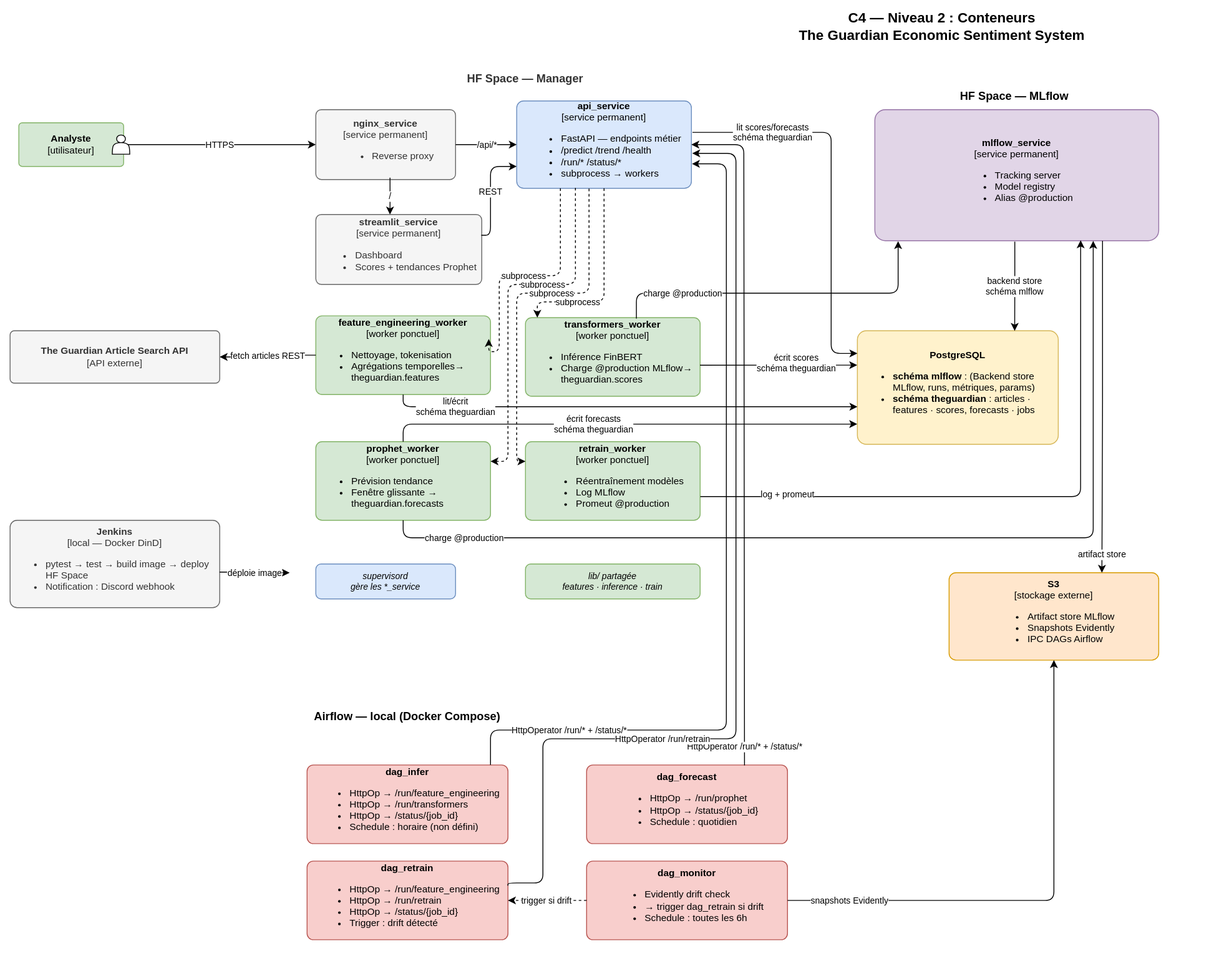
Fabthenabab/mlops-theguardian-sentiment keeps this draw.io diagram as docs/diagrams/the_guardian_c4_c2.drawio.svg. Above is the earlier version. Source tidied: cells renumbered, new cells last; positions are measured from the earlier drawing's top-left corner, leaving out a move shared by most shapes.
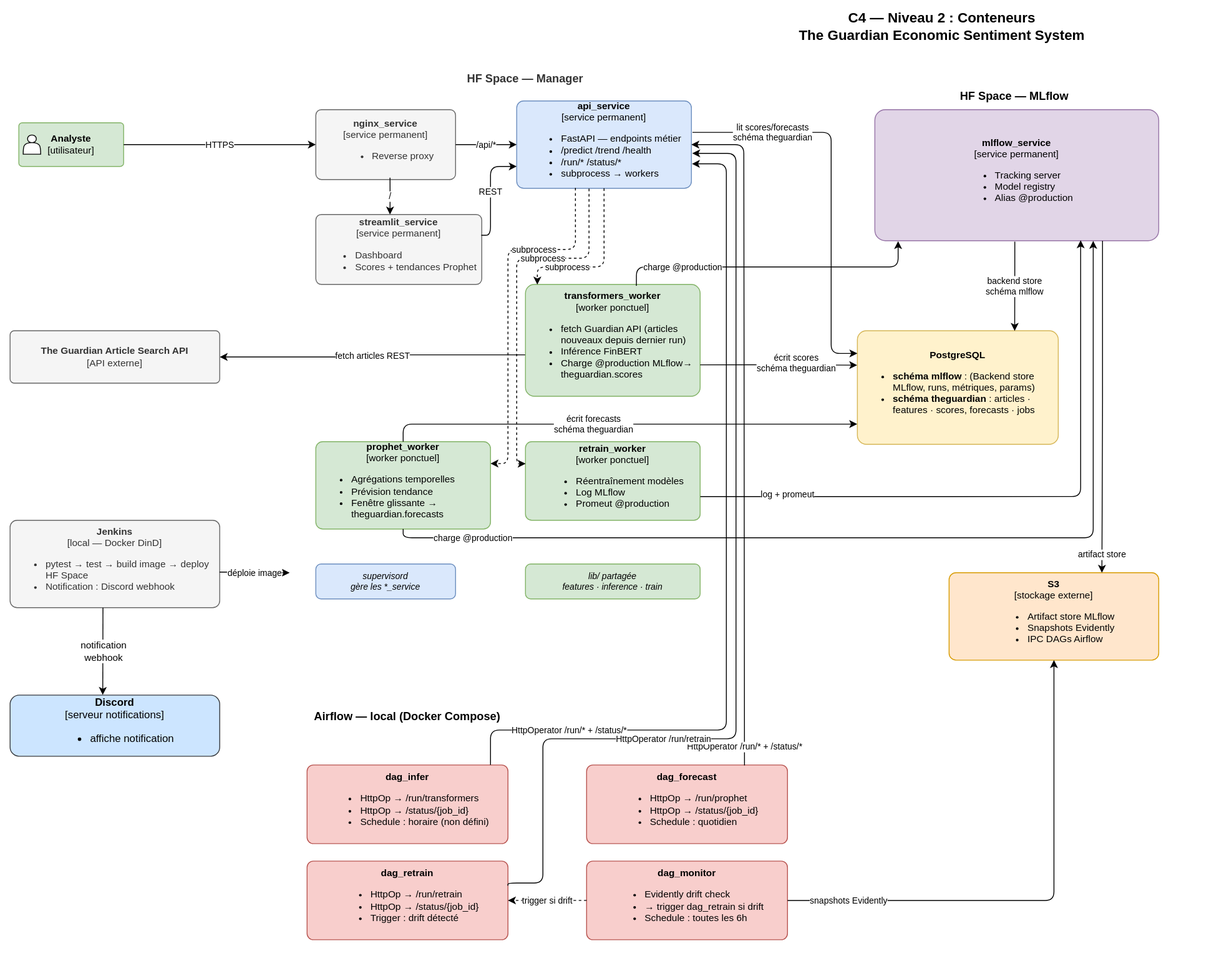
Later version of the same file.

The edit, as a diff of the source:
```diff
@@ -17,14 +17,11 @@
     <mxCell id="6" value="&lt;b&gt;streamlit_service&lt;/b&gt;&lt;br&gt;[service permanent]&lt;br&gt;&lt;div style=&quot;text-align: left;&quot;&gt;&lt;ul&gt;&lt;li&gt;&lt;span style=&quot;background-color: transparent; color: light-dark(rgb(51, 51, 51), rgb(193, 193, 193));&quot;&gt;Dashboard&lt;/span&gt;&lt;/li&gt;&lt;li&gt;&lt;span style=&quot;background-color: transparent; color: light-dark(rgb(51, 51, 51), rgb(193, 193, 193));&quot;&gt;Scores + tendances Prophet&lt;/span&gt;&lt;/li&gt;&lt;/ul&gt;&lt;/div&gt;" style="rounded=1;whiteSpace=wrap;html=1;fillColor=#f5f5f5;strokeColor=#666666;fontColor=#333333;fontSize=11;verticalAlign=middle;arcSize=8;" parent="1" vertex="1">
       <mxGeometry x="350" y="240" width="190" height="80" as="geometry" />
     </mxCell>
-    <mxCell id="7" value="&lt;b&gt;feature_engineering_worker&lt;/b&gt;&lt;br&gt;[worker ponctuel]&lt;br&gt;&lt;ul&gt;&lt;li style=&quot;text-align: left;&quot;&gt;Nettoyage, tokenisation&lt;/li&gt;&lt;li style=&quot;text-align: left;&quot;&gt;Agrégations temporelles→ theguardian.features&lt;/li&gt;&lt;/ul&gt;" style="rounded=1;whiteSpace=wrap;html=1;fillColor=#d5e8d4;strokeColor=#82b366;fontSize=11;verticalAlign=middle;arcSize=8;" parent="1" vertex="1">
-      <mxGeometry x="350" y="356" width="200" height="90" as="geometry" />
-    </mxCell>
-    <mxCell id="8" value="&lt;b&gt;transformers_worker&lt;/b&gt;&lt;br&gt;[worker ponctuel]&lt;br&gt;&lt;ul&gt;&lt;li style=&quot;text-align: left;&quot;&gt;Inférence FinBERT&lt;/li&gt;&lt;li style=&quot;text-align: left;&quot;&gt;Charge @production MLflow→ theguardian.scores&lt;/li&gt;&lt;/ul&gt;" style="rounded=1;whiteSpace=wrap;html=1;fillColor=#d5e8d4;strokeColor=#82b366;fontSize=11;verticalAlign=middle;arcSize=8;" parent="1" vertex="1">
-      <mxGeometry x="590" y="358" width="200" height="90" as="geometry" />
+    <mxCell id="8" value="&lt;b&gt;transformers_worker&lt;/b&gt;&lt;br&gt;[worker ponctuel]&lt;br&gt;&lt;ul&gt;&lt;li style=&quot;text-align: left;&quot;&gt;fetch Guardian API (articles nouveaux depuis dernier run)&lt;/li&gt;&lt;li style=&quot;text-align: left;&quot;&gt;Inférence FinBERT&lt;/li&gt;&lt;li style=&quot;text-align: left;&quot;&gt;Charge @production MLflow→ theguardian.scores&lt;/li&gt;&lt;/ul&gt;" style="rounded=1;whiteSpace=wrap;html=1;fillColor=#d5e8d4;strokeColor=#82b366;fontSize=11;verticalAlign=middle;arcSize=8;" parent="1" vertex="1">
+      <mxGeometry x="590" y="320" width="200" height="128" as="geometry" />
     </mxCell>
-    <mxCell id="9" value="&lt;b&gt;prophet_worker&lt;/b&gt;&lt;br&gt;[worker ponctuel]&lt;br&gt;&lt;div style=&quot;text-align: left;&quot;&gt;&lt;ul&gt;&lt;li&gt;&lt;span style=&quot;background-color: transparent; color: light-dark(rgb(0, 0, 0), rgb(255, 255, 255));&quot;&gt;Prévision tendance&lt;/span&gt;&lt;/li&gt;&lt;li&gt;&lt;span style=&quot;background-color: transparent; color: light-dark(rgb(0, 0, 0), rgb(255, 255, 255));&quot;&gt;Fenêtre glissante&amp;nbsp;&lt;/span&gt;→ theguardian.forecasts&lt;/li&gt;&lt;/ul&gt;&lt;/div&gt;" style="rounded=1;whiteSpace=wrap;html=1;fillColor=#d5e8d4;strokeColor=#82b366;fontSize=11;verticalAlign=middle;arcSize=8;" parent="1" vertex="1">
-      <mxGeometry x="350" y="500" width="200" height="90" as="geometry" />
+    <mxCell id="9" value="&lt;b&gt;prophet_worker&lt;/b&gt;&lt;br&gt;[worker ponctuel]&lt;br&gt;&lt;div style=&quot;text-align: left;&quot;&gt;&lt;ul&gt;&lt;li&gt;&lt;span style=&quot;background-color: transparent; color: light-dark(rgb(0, 0, 0), rgb(255, 255, 255));&quot;&gt;Agrégations temporelles&lt;/span&gt;&lt;/li&gt;&lt;li&gt;&lt;span style=&quot;background-color: transparent; color: light-dark(rgb(0, 0, 0), rgb(255, 255, 255));&quot;&gt;Prévision tendance&lt;/span&gt;&lt;/li&gt;&lt;li&gt;&lt;span style=&quot;background-color: transparent; color: light-dark(rgb(0, 0, 0), rgb(255, 255, 255));&quot;&gt;Fenêtre glissante&amp;nbsp;&lt;/span&gt;→ theguardian.forecasts&lt;/li&gt;&lt;/ul&gt;&lt;/div&gt;" style="rounded=1;whiteSpace=wrap;html=1;fillColor=#d5e8d4;strokeColor=#82b366;fontSize=11;verticalAlign=middle;arcSize=8;" parent="1" vertex="1">
+      <mxGeometry x="350" y="500" width="200" height="100" as="geometry" />
     </mxCell>
     <mxCell id="10" value="&lt;b&gt;retrain_worker&lt;/b&gt;&lt;br&gt;[worker ponctuel]&lt;br&gt;&lt;ul&gt;&lt;li style=&quot;text-align: left;&quot;&gt;Réentraînement modèles&lt;/li&gt;&lt;li style=&quot;text-align: left;&quot;&gt;Log MLflow&lt;/li&gt;&lt;li style=&quot;text-align: left;&quot;&gt;Promeut @production&lt;/li&gt;&lt;/ul&gt;" style="rounded=1;whiteSpace=wrap;html=1;fillColor=#d5e8d4;strokeColor=#82b366;fontSize=11;verticalAlign=middle;arcSize=8;" parent="1" vertex="1">
       <mxGeometry x="590" y="500" width="200" height="90" as="geometry" />
@@ -50,13 +47,13 @@
     <mxCell id="17" value="Airflow — local (Docker Compose)" style="shape=mxgraph.lean_mapping.electronic_info_flow_edge;whiteSpace=wrap;html=1;fillColor=#f8cecc;strokeColor=#b85450;fontSize=13;fontStyle=1;verticalAlign=top;dashed=1;rounded=1;arcSize=4;" parent="1" vertex="1">
       <mxGeometry x="10" y="800" width="890" height="290" as="geometry" />
     </mxCell>
-    <mxCell id="18" value="&lt;b&gt;dag_infer&lt;/b&gt;&lt;br&gt;&lt;ul&gt;&lt;li style=&quot;text-align: left;&quot;&gt;HttpOp → /run/feature_engineering&lt;/li&gt;&lt;li style=&quot;text-align: left;&quot;&gt;HttpOp → /run/transformers&lt;/li&gt;&lt;li style=&quot;text-align: left;&quot;&gt;HttpOp → /status/{job_id}&lt;/li&gt;&lt;li style=&quot;text-align: left;&quot;&gt;Schedule : horaire (non défini)&lt;/li&gt;&lt;/ul&gt;" style="rounded=1;whiteSpace=wrap;html=1;fillColor=#f8cecc;strokeColor=#b85450;fontSize=11;verticalAlign=middle;arcSize=8;" parent="1" vertex="1">
+    <mxCell id="18" value="&lt;b&gt;dag_infer&lt;/b&gt;&lt;ul&gt;&lt;li style=&quot;text-align: left;&quot;&gt;HttpOp → /run/transformers&lt;/li&gt;&lt;li style=&quot;text-align: left;&quot;&gt;HttpOp → /status/{job_id}&lt;/li&gt;&lt;li style=&quot;text-align: left;&quot;&gt;Schedule : horaire (non défini)&lt;/li&gt;&lt;/ul&gt;" style="rounded=1;whiteSpace=wrap;html=1;fillColor=#f8cecc;strokeColor=#b85450;fontSize=11;verticalAlign=middle;arcSize=8;" parent="1" vertex="1">
       <mxGeometry x="340" y="870" width="230" height="90" as="geometry" />
     </mxCell>
     <mxCell id="19" value="&lt;b&gt;dag_forecast&lt;/b&gt;&lt;ul&gt;&lt;li style=&quot;text-align: left;&quot;&gt;HttpOp → /run/prophet&lt;/li&gt;&lt;li style=&quot;text-align: left;&quot;&gt;HttpOp → /status/{job_id}&lt;/li&gt;&lt;li style=&quot;text-align: left;&quot;&gt;Schedule : quotidien&lt;/li&gt;&lt;/ul&gt;" style="rounded=1;whiteSpace=wrap;html=1;fillColor=#f8cecc;strokeColor=#b85450;fontSize=11;verticalAlign=middle;arcSize=8;" parent="1" vertex="1">
       <mxGeometry x="660" y="870" width="230" height="90" as="geometry" />
     </mxCell>
-    <mxCell id="20" value="&lt;b&gt;dag_retrain&lt;/b&gt;&lt;br&gt;&lt;div style=&quot;text-align: left;&quot;&gt;&lt;ul&gt;&lt;li&gt;&lt;span style=&quot;background-color: transparent; color: light-dark(rgb(0, 0, 0), rgb(255, 255, 255));&quot;&gt;HttpOp → /run/feature_engineering&lt;/span&gt;&lt;/li&gt;&lt;li&gt;&lt;span style=&quot;background-color: transparent; color: light-dark(rgb(0, 0, 0), rgb(255, 255, 255));&quot;&gt;HttpOp → /run/retrain&lt;/span&gt;&lt;/li&gt;&lt;li&gt;HttpOp → /status/{job_id}&lt;/li&gt;&lt;li&gt;&lt;span style=&quot;background-color: transparent; color: light-dark(rgb(0, 0, 0), rgb(255, 255, 255));&quot;&gt;Trigger : drift détecté&lt;/span&gt;&lt;/li&gt;&lt;/ul&gt;&lt;/div&gt;" style="rounded=1;whiteSpace=wrap;html=1;fillColor=#f8cecc;strokeColor=#b85450;fontSize=11;verticalAlign=middle;arcSize=8;" parent="1" vertex="1">
+    <mxCell id="20" value="&lt;b&gt;dag_retrain&lt;/b&gt;&lt;br&gt;&lt;div style=&quot;text-align: left;&quot;&gt;&lt;ul&gt;&lt;li&gt;&lt;span style=&quot;background-color: transparent; color: light-dark(rgb(0, 0, 0), rgb(255, 255, 255));&quot;&gt;HttpOp → /run/retrain&lt;/span&gt;&lt;/li&gt;&lt;li&gt;HttpOp → /status/{job_id}&lt;/li&gt;&lt;li&gt;&lt;span style=&quot;background-color: transparent; color: light-dark(rgb(0, 0, 0), rgb(255, 255, 255));&quot;&gt;Trigger : drift détecté&lt;/span&gt;&lt;/li&gt;&lt;/ul&gt;&lt;/div&gt;" style="rounded=1;whiteSpace=wrap;html=1;fillColor=#f8cecc;strokeColor=#b85450;fontSize=11;verticalAlign=middle;arcSize=8;" parent="1" vertex="1">
       <mxGeometry x="340" y="980" width="230" height="90" as="geometry" />
     </mxCell>
     <mxCell id="21" value="&lt;b&gt;dag_monitor&lt;/b&gt;&lt;br&gt;&lt;ul&gt;&lt;li style=&quot;text-align: left;&quot;&gt;Evidently drift check&lt;/li&gt;&lt;li style=&quot;text-align: left;&quot;&gt;→ trigger dag_retrain si drift&lt;/li&gt;&lt;li style=&quot;text-align: left;&quot;&gt;Schedule : toutes les 6h&lt;/li&gt;&lt;/ul&gt;" style="rounded=1;whiteSpace=wrap;html=1;fillColor=#f8cecc;strokeColor=#b85450;fontSize=11;verticalAlign=middle;arcSize=8;" parent="1" vertex="1">
@@ -80,50 +77,33 @@
     <mxCell id="27" value="/" style="edgeStyle=orthogonalEdgeStyle;html=1;fontSize=10;exitX=0.531;exitY=0.974;exitDx=0;exitDy=0;exitPerimeter=0;entryX=0.447;entryY=0;entryDx=0;entryDy=0;entryPerimeter=0;" parent="1" edge="1" source="4" target="6">
       <mxGeometry relative="1" as="geometry" />
     </mxCell>
-    <mxCell id="28" value="subprocess" style="edgeStyle=orthogonalEdgeStyle;html=1;fontSize=10;dashed=1;exitX=0.25;exitY=1;exitDx=0;exitDy=0;entryX=0.99;entryY=0.294;entryDx=0;entryDy=0;entryPerimeter=0;" parent="1" edge="1" source="5" target="7">
-      <mxGeometry relative="1" as="geometry">
-        <Array as="points">
-          <mxPoint x="630" y="310" />
-          <mxPoint x="560" y="310" />
-          <mxPoint x="560" y="397" />
-        </Array>
-      </mxGeometry>
-    </mxCell>
     <mxCell id="29" value="subprocess" style="edgeStyle=orthogonalEdgeStyle;html=1;fontSize=10;dashed=1;exitX=0.5;exitY=1;exitDx=0;exitDy=0;entryX=0.068;entryY=0.001;entryDx=0;entryDy=0;entryPerimeter=0;" parent="1" edge="1" source="5" target="8">
       <mxGeometry x="0.42" relative="1" as="geometry">
         <Array as="points">
-          <mxPoint x="680" y="340" />
-          <mxPoint x="604" y="340" />
+          <mxPoint x="680" y="300" />
+          <mxPoint x="604" y="300" />
         </Array>
       </mxGeometry>
     </mxCell>
     <mxCell id="30" value="subprocess" style="edgeStyle=orthogonalEdgeStyle;html=1;fontSize=10;dashed=1;exitX=0.336;exitY=0.995;exitDx=0;exitDy=0;exitPerimeter=0;entryX=1;entryY=0.25;entryDx=0;entryDy=0;" parent="1" edge="1" source="5" target="9">
-      <mxGeometry x="-0.28" relative="1" as="geometry">
+      <mxGeometry x="-0.43" relative="1" as="geometry">
         <Array as="points">
-          <mxPoint x="647" y="320" />
-          <mxPoint x="570" y="320" />
-          <mxPoint x="570" y="523" />
+          <mxPoint x="647" y="280" />
+          <mxPoint x="570" y="280" />
+          <mxPoint x="570" y="525" />
         </Array>
       </mxGeometry>
     </mxCell>
-    <mxCell id="31" value="subprocess" style="edgeStyle=orthogonalEdgeStyle;html=1;fontSize=10;dashed=1;exitX=0.414;exitY=1.004;exitDx=0;exitDy=0;exitPerimeter=0;entryX=0;entryY=0.25;entryDx=0;entryDy=0;" parent="1" edge="1" source="5" target="10">
-      <mxGeometry x="-0.2" relative="1" as="geometry">
+    <mxCell id="31" value="subprocess" style="edgeStyle=orthogonalEdgeStyle;html=1;fontSize=10;dashed=1;exitX=0.414;exitY=1.004;exitDx=0;exitDy=0;exitPerimeter=0;entryX=0.001;entryY=0.28;entryDx=0;entryDy=0;entryPerimeter=0;" parent="1" edge="1" source="5" target="10">
+      <mxGeometry x="-0.35" relative="1" as="geometry">
         <Array as="points">
-          <mxPoint x="663" y="330" />
-          <mxPoint x="580" y="330" />
-          <mxPoint x="580" y="523" />
+          <mxPoint x="663" y="290" />
+          <mxPoint x="580" y="290" />
+          <mxPoint x="580" y="525" />
         </Array>
       </mxGeometry>
     </mxCell>
-    <mxCell id="32" value="lit/écrit&lt;div&gt;schéma theguardian&lt;/div&gt;" style="edgeStyle=orthogonalEdgeStyle;html=1;fontSize=10;" parent="1" edge="1" source="7" target="15">
-      <mxGeometry x="-0.72" relative="1" as="geometry">
-        <Array as="points">
-          <mxPoint x="740" y="460" />
-          <mxPoint x="740" y="460" />
-        </Array>
-      </mxGeometry>
-    </mxCell>
-    <mxCell id="33" value="écrit scores&lt;div&gt;schéma theguardian&lt;/div&gt;" style="edgeStyle=orthogonalEdgeStyle;html=1;fontSize=10;entryX=-0.001;entryY=0.303;entryDx=0;entryDy=0;exitX=0.999;exitY=0.605;exitDx=0;exitDy=0;exitPerimeter=0;entryPerimeter=0;" parent="1" edge="1" source="8" target="15">
+    <mxCell id="33" value="écrit scores&lt;div&gt;schéma theguardian&lt;/div&gt;" style="edgeStyle=orthogonalEdgeStyle;html=1;fontSize=10;entryX=-0.001;entryY=0.303;entryDx=0;entryDy=0;exitX=1;exitY=0.719;exitDx=0;exitDy=0;exitPerimeter=0;entryPerimeter=0;" parent="1" edge="1" source="8" target="15">
       <mxGeometry x="0.23" y="2" relative="1" as="geometry" />
     </mxCell>
     <mxCell id="34" value="écrit forecasts&lt;div&gt;schéma theguardian&lt;/div&gt;" style="edgeStyle=orthogonalEdgeStyle;html=1;fontSize=10;entryX=-0.001;entryY=0.822;entryDx=0;entryDy=0;entryPerimeter=0;" parent="1" edge="1" source="9" target="15">
@@ -136,8 +116,8 @@
     <mxCell id="35" value="charge @production" style="edgeStyle=orthogonalEdgeStyle;html=1;fontSize=10;entryX=0.082;entryY=1.003;entryDx=0;entryDy=0;entryPerimeter=0;exitX=0.635;exitY=0.012;exitDx=0;exitDy=0;exitPerimeter=0;" parent="1" edge="1" source="8" target="13">
       <mxGeometry x="-0.58" relative="1" as="geometry">
         <Array as="points">
-          <mxPoint x="717" y="330" />
-          <mxPoint x="1017" y="330" />
+          <mxPoint x="717" y="300" />
+          <mxPoint x="1017" y="300" />
         </Array>
       </mxGeometry>
     </mxCell>
@@ -215,7 +195,7 @@
     <mxCell id="46" value="trigger si drift" style="edgeStyle=orthogonalEdgeStyle;html=1;fontSize=10;dashed=1;" parent="1" edge="1" source="21" target="20">
       <mxGeometry relative="1" as="geometry" />
     </mxCell>
-    <mxCell id="47" value="fetch articles REST" style="edgeStyle=orthogonalEdgeStyle;html=1;fontSize=10;" parent="1" edge="1" source="7" target="24">
+    <mxCell id="47" value="fetch articles REST" style="edgeStyle=orthogonalEdgeStyle;html=1;fontSize=10;exitX=-0.002;exitY=0.63;exitDx=0;exitDy=0;exitPerimeter=0;" parent="1" edge="1" source="8" target="24">
       <mxGeometry relative="1" as="geometry" />
     </mxCell>
     <mxCell id="48" value="déploie image" style="edgeStyle=orthogonalEdgeStyle;html=1;fontSize=10;exitX=0.999;exitY=0.592;exitDx=0;exitDy=0;exitPerimeter=0;" parent="1" edge="1" source="22">
@@ -227,7 +207,16 @@
       </mxGeometry>
     </mxCell>
     <mxCell id="49" style="shape=actor;whiteSpace=wrap;html=1;" parent="1" vertex="1">
-      <mxGeometry x="117" y="149" width="20" height="22" as="geometry" />
+      <mxGeometry x="15" y="149" width="20" height="22" as="geometry" />
     </mxCell>
+    <mxCell id="50" style="endArrow=classic;html=1;rounded=0;exitX=0.443;exitY=1.001;exitDx=0;exitDy=0;exitPerimeter=0;entryX=0.442;entryY=-0.003;entryDx=0;entryDy=0;entryPerimeter=0;" parent="1" edge="1" source="22" target="52">
+      <mxGeometry relative="1" as="geometry" />
+    </mxCell>
+    <mxCell id="51" value="&lt;div&gt;notification&lt;/div&gt;webhook" style="edgeLabel;html=1;align=center;verticalAlign=middle;" parent="50" vertex="1">
+      <mxGeometry relative="1" as="geometry" />
+    </mxCell>
+    <mxCell id="52" value="&lt;b&gt;Discord&lt;/b&gt;&lt;div&gt;[serveur notifications]&lt;/div&gt;&lt;div&gt;&lt;ul&gt;&lt;li&gt;affiche notification&lt;/li&gt;&lt;/ul&gt;&lt;/div&gt;" style="rounded=1;whiteSpace=wrap;html=1;fillColor=#cce5ff;strokeColor=#36393d;" parent="1" vertex="1">
+      <mxGeometry y="790" width="240" height="70" as="geometry" />
+    </mxCell>
   </root>
 </mxGraphModel>
```
